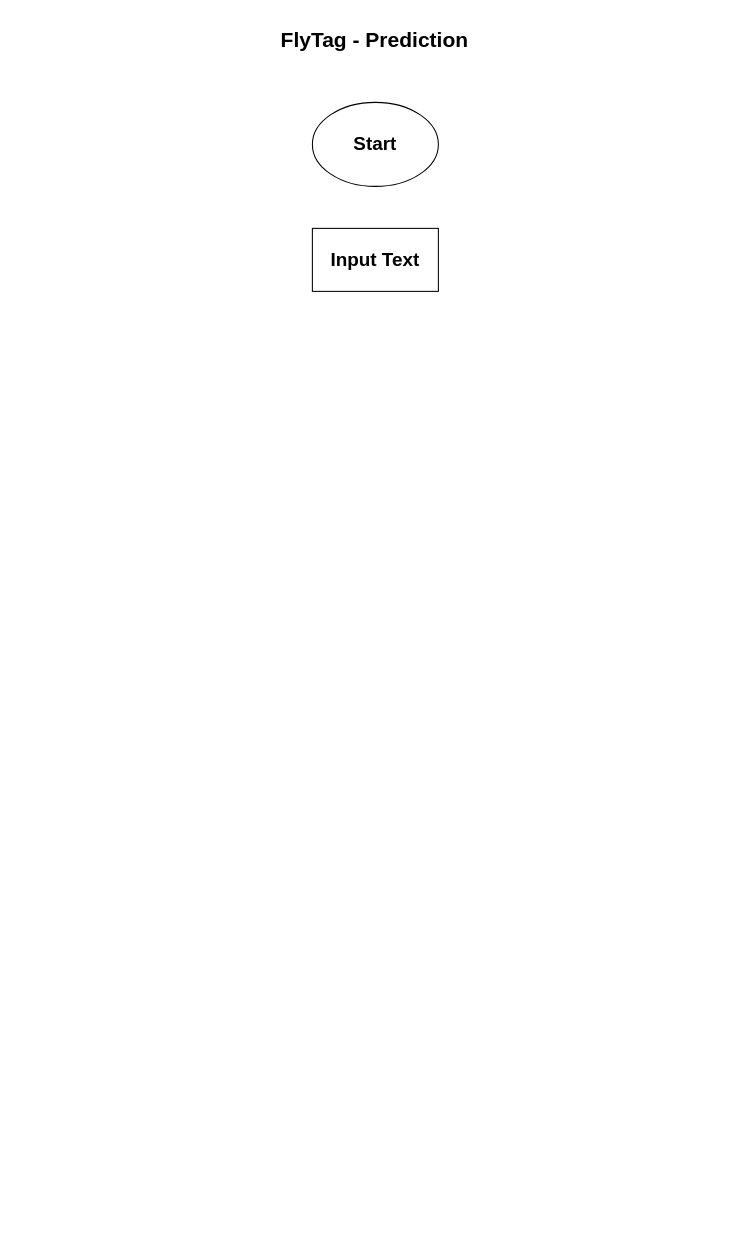
ShivadityaKr/draw keeps this draw.io diagram as page "Prediction" (2 of 3) of Untitled Diagram.drawio. Above is the earlier version. Source tidied: cells renumbered, new cells numbered last; positions are measured from the earlier drawing's top-left corner, leaving out a move shared by most shapes. Both pictures are drawn from the tidied source at 105%, with x=0, y=0 at pixel (232, 18).
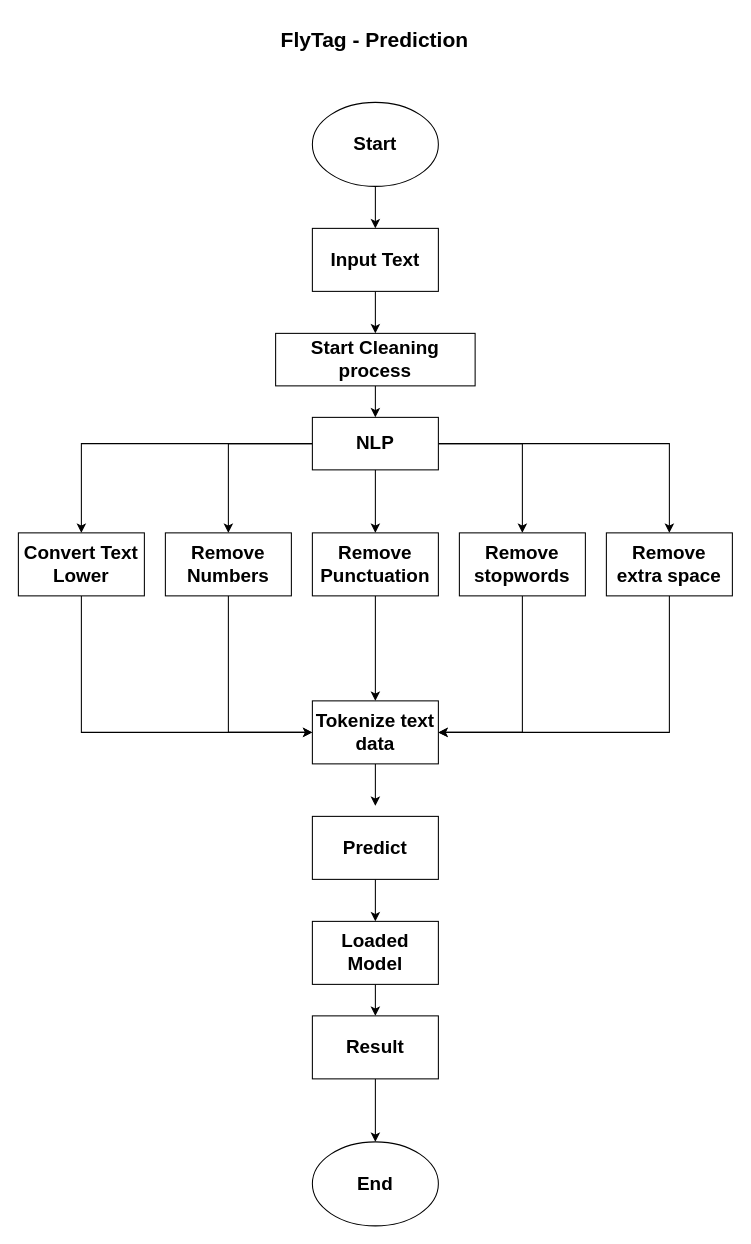
The same page after the edit.

The change refers to these unchanged cells:
```xml
<mxCell id="3" value="&lt;b&gt;&lt;font style=&quot;font-size: 18px;&quot;&gt;Start&lt;/font&gt;&lt;/b&gt;" style="ellipse;whiteSpace=wrap;html=1;" parent="1" vertex="1">
  <mxGeometry x="76" y="80" width="120" height="80" as="geometry" />
</mxCell>
<mxCell id="4" value="&lt;b&gt;&lt;font style=&quot;font-size: 18px;&quot;&gt;Input Text&lt;/font&gt;&lt;/b&gt;" style="rounded=0;whiteSpace=wrap;html=1;" parent="1" vertex="1">
  <mxGeometry x="76" y="200" width="120" height="60" as="geometry" />
</mxCell>
```

Diff of the diagram source:
```diff
@@
+    <mxCell id="5" style="edgeStyle=orthogonalEdgeStyle;rounded=0;jettySize=auto;html=1;entryX=0.5;entryY=0;entryDx=0;entryDy=0;" parent="1" edge="1" source="3" target="4">
+      <mxGeometry relative="1" as="geometry" />
+    </mxCell>
@@
+    <mxCell id="6" style="edgeStyle=orthogonalEdgeStyle;rounded=0;jettySize=auto;html=1;entryX=0.5;entryY=0;entryDx=0;entryDy=0;" parent="1" edge="1" source="4" target="14">
+      <mxGeometry relative="1" as="geometry" />
+    </mxCell>
@@
+    <mxCell id="7" style="edgeStyle=orthogonalEdgeStyle;rounded=0;jettySize=auto;html=1;entryX=0.5;entryY=0;entryDx=0;entryDy=0;" parent="1" edge="1" source="12" target="20">
+      <mxGeometry relative="1" as="geometry" />
+    </mxCell>
+    <mxCell id="8" style="edgeStyle=orthogonalEdgeStyle;rounded=0;jettySize=auto;html=1;entryX=0.5;entryY=0;entryDx=0;entryDy=0;" parent="1" edge="1" source="12" target="24">
+      <mxGeometry relative="1" as="geometry" />
+    </mxCell>
+    <mxCell id="9" style="edgeStyle=orthogonalEdgeStyle;rounded=0;jettySize=auto;html=1;entryX=0.5;entryY=0;entryDx=0;entryDy=0;" parent="1" edge="1" source="12" target="22">
+      <mxGeometry relative="1" as="geometry" />
+    </mxCell>
+    <mxCell id="10" style="edgeStyle=orthogonalEdgeStyle;rounded=0;jettySize=auto;html=1;entryX=0.5;entryY=0;entryDx=0;entryDy=0;" parent="1" edge="1" source="12" target="16">
+      <mxGeometry relative="1" as="geometry" />
+    </mxCell>
+    <mxCell id="11" style="edgeStyle=orthogonalEdgeStyle;rounded=0;jettySize=auto;html=1;entryX=0.5;entryY=0;entryDx=0;entryDy=0;" parent="1" edge="1" source="12" target="18">
+      <mxGeometry relative="1" as="geometry" />
+    </mxCell>
+    <mxCell id="12" value="&lt;span style=&quot;font-size: 18px;&quot;&gt;&lt;b&gt;NLP&lt;/b&gt;&lt;/span&gt;" style="rounded=0;whiteSpace=wrap;html=1;" parent="1" vertex="1">
+      <mxGeometry x="76" y="380" width="120" height="50" as="geometry" />
+    </mxCell>
+    <mxCell id="13" style="edgeStyle=orthogonalEdgeStyle;rounded=0;jettySize=auto;html=1;entryX=0.5;entryY=0;entryDx=0;entryDy=0;" parent="1" edge="1" source="14" target="12">
+      <mxGeometry relative="1" as="geometry" />
+    </mxCell>
+    <mxCell id="14" value="&lt;span style=&quot;font-size: 18px;&quot;&gt;&lt;b&gt;Start Cleaning process&lt;/b&gt;&lt;/span&gt;" style="rounded=0;whiteSpace=wrap;html=1;" parent="1" vertex="1">
+      <mxGeometry x="41" y="300" width="190" height="50" as="geometry" />
+    </mxCell>
+    <mxCell id="15" style="edgeStyle=orthogonalEdgeStyle;rounded=0;jettySize=auto;html=1;entryX=0;entryY=0.5;entryDx=0;entryDy=0;" parent="1" edge="1" source="16" target="26">
+      <mxGeometry relative="1" as="geometry">
+        <Array as="points">
+          <mxPoint x="-144" y="680" />
+        </Array>
+      </mxGeometry>
+    </mxCell>
+    <mxCell id="16" value="&lt;span style=&quot;font-size: 18px;&quot;&gt;&lt;b&gt;Convert Text Lower&lt;/b&gt;&lt;/span&gt;" style="rounded=0;whiteSpace=wrap;html=1;" parent="1" vertex="1">
+      <mxGeometry x="-204" y="490" width="120" height="60" as="geometry" />
+    </mxCell>
+    <mxCell id="17" style="edgeStyle=orthogonalEdgeStyle;rounded=0;jettySize=auto;html=1;entryX=0;entryY=0.5;entryDx=0;entryDy=0;" parent="1" edge="1" source="18" target="26">
+      <mxGeometry relative="1" as="geometry">
+        <Array as="points">
+          <mxPoint x="-4" y="680" />
+        </Array>
+      </mxGeometry>
+    </mxCell>
+    <mxCell id="18" value="&lt;span style=&quot;font-size: 18px;&quot;&gt;&lt;b&gt;Remove Numbers&lt;/b&gt;&lt;/span&gt;" style="rounded=0;whiteSpace=wrap;html=1;" parent="1" vertex="1">
+      <mxGeometry x="-64" y="490" width="120" height="60" as="geometry" />
+    </mxCell>
+    <mxCell id="19" style="edgeStyle=orthogonalEdgeStyle;rounded=0;jettySize=auto;html=1;entryX=0.5;entryY=0;entryDx=0;entryDy=0;" parent="1" edge="1" source="20" target="26">
+      <mxGeometry relative="1" as="geometry" />
+    </mxCell>
+    <mxCell id="20" value="&lt;span style=&quot;font-size: 18px;&quot;&gt;&lt;b&gt;Remove Punctuation&lt;/b&gt;&lt;/span&gt;" style="rounded=0;whiteSpace=wrap;html=1;" parent="1" vertex="1">
+      <mxGeometry x="76" y="490" width="120" height="60" as="geometry" />
+    </mxCell>
+    <mxCell id="21" style="edgeStyle=orthogonalEdgeStyle;rounded=0;jettySize=auto;html=1;entryX=1;entryY=0.5;entryDx=0;entryDy=0;" parent="1" edge="1" source="22" target="26">
+      <mxGeometry relative="1" as="geometry">
+        <Array as="points">
+          <mxPoint x="276" y="680" />
+        </Array>
+      </mxGeometry>
+    </mxCell>
+    <mxCell id="22" value="&lt;span style=&quot;font-size: 18px;&quot;&gt;&lt;b&gt;Remove stopwords&lt;/b&gt;&lt;/span&gt;" style="rounded=0;whiteSpace=wrap;html=1;" parent="1" vertex="1">
+      <mxGeometry x="216" y="490" width="120" height="60" as="geometry" />
+    </mxCell>
+    <mxCell id="23" style="edgeStyle=orthogonalEdgeStyle;rounded=0;jettySize=auto;html=1;entryX=1;entryY=0.5;entryDx=0;entryDy=0;" parent="1" edge="1" source="24" target="26">
+      <mxGeometry relative="1" as="geometry">
+        <Array as="points">
+          <mxPoint x="416" y="680" />
+        </Array>
+      </mxGeometry>
+    </mxCell>
+    <mxCell id="24" value="&lt;span style=&quot;font-size: 18px;&quot;&gt;&lt;b&gt;Remove extra space&lt;/b&gt;&lt;/span&gt;" style="rounded=0;whiteSpace=wrap;html=1;" parent="1" vertex="1">
+      <mxGeometry x="356" y="490" width="120" height="60" as="geometry" />
+    </mxCell>
+    <mxCell id="25" style="edgeStyle=orthogonalEdgeStyle;rounded=0;jettySize=auto;html=1;" parent="1" edge="1" source="26">
+      <mxGeometry relative="1" as="geometry">
+        <mxPoint x="136" y="750" as="targetPoint" />
+      </mxGeometry>
+    </mxCell>
+    <mxCell id="26" value="&lt;span style=&quot;font-size: 18px;&quot;&gt;&lt;b&gt;Tokenize text data&lt;/b&gt;&lt;/span&gt;" style="rounded=0;whiteSpace=wrap;html=1;" parent="1" vertex="1">
+      <mxGeometry x="76" y="650" width="120" height="60" as="geometry" />
+    </mxCell>
+    <mxCell id="27" style="edgeStyle=orthogonalEdgeStyle;rounded=0;jettySize=auto;html=1;entryX=0.5;entryY=0;entryDx=0;entryDy=0;" parent="1" edge="1" source="28" target="30">
+      <mxGeometry relative="1" as="geometry" />
+    </mxCell>
+    <mxCell id="28" value="&lt;span style=&quot;font-size: 18px;&quot;&gt;&lt;b&gt;Predict&lt;/b&gt;&lt;/span&gt;" style="rounded=0;whiteSpace=wrap;html=1;" parent="1" vertex="1">
+      <mxGeometry x="76" y="760" width="120" height="60" as="geometry" />
+    </mxCell>
+    <mxCell id="29" style="edgeStyle=orthogonalEdgeStyle;rounded=0;jettySize=auto;html=1;entryX=0.5;entryY=0;entryDx=0;entryDy=0;" parent="1" edge="1" source="30" target="32">
+      <mxGeometry relative="1" as="geometry" />
+    </mxCell>
+    <mxCell id="30" value="&lt;span style=&quot;font-size: 18px;&quot;&gt;&lt;b&gt;Loaded Model&lt;/b&gt;&lt;/span&gt;" style="rounded=0;whiteSpace=wrap;html=1;" parent="1" vertex="1">
+      <mxGeometry x="76" y="860" width="120" height="60" as="geometry" />
+    </mxCell>
+    <mxCell id="31" style="edgeStyle=orthogonalEdgeStyle;rounded=0;jettySize=auto;html=1;" parent="1" edge="1" source="32">
+      <mxGeometry relative="1" as="geometry">
+        <mxPoint x="136" y="1070" as="targetPoint" />
+      </mxGeometry>
+    </mxCell>
+    <mxCell id="32" value="&lt;span style=&quot;font-size: 18px;&quot;&gt;&lt;b&gt;Result&lt;/b&gt;&lt;/span&gt;" style="rounded=0;whiteSpace=wrap;html=1;" parent="1" vertex="1">
+      <mxGeometry x="76" y="950" width="120" height="60" as="geometry" />
+    </mxCell>
+    <mxCell id="33" value="&lt;font style=&quot;font-size: 18px;&quot;&gt;&lt;b&gt;End&lt;/b&gt;&lt;/font&gt;" style="ellipse;whiteSpace=wrap;html=1;" parent="1" vertex="1">
+      <mxGeometry x="76" y="1070" width="120" height="80" as="geometry" />
+    </mxCell>
```
